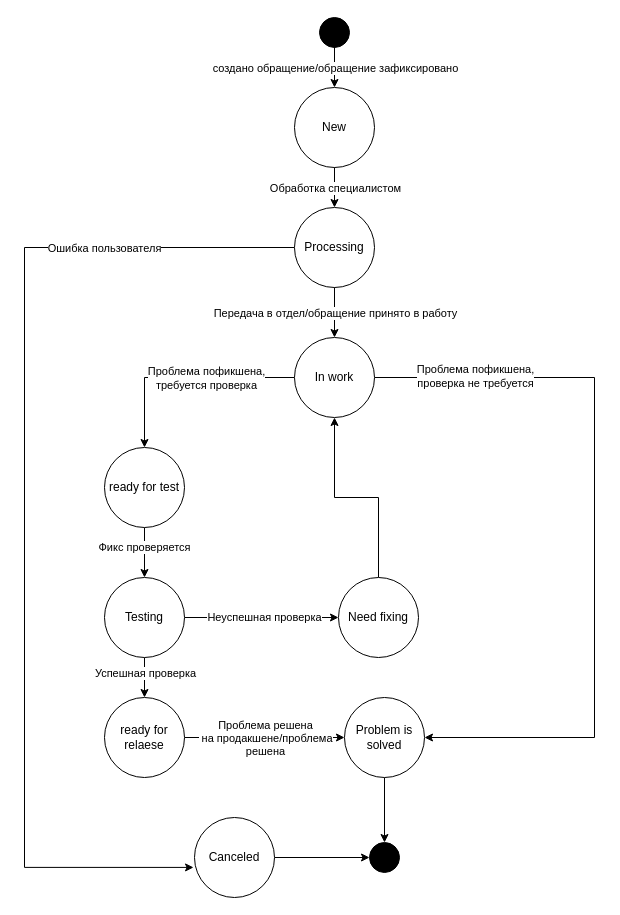
Above: Диаграмма без названия.drawio in MIRTY86/Test (draw.io), before the change. Source tidied: cells renumbered, new cells numbered last; positions are measured from the earlier drawing's top-left corner, leaving out a move shared by most shapes. Both pictures are drawn from the tidied source at 100%, with x=0, y=0 at pixel (24, 17).
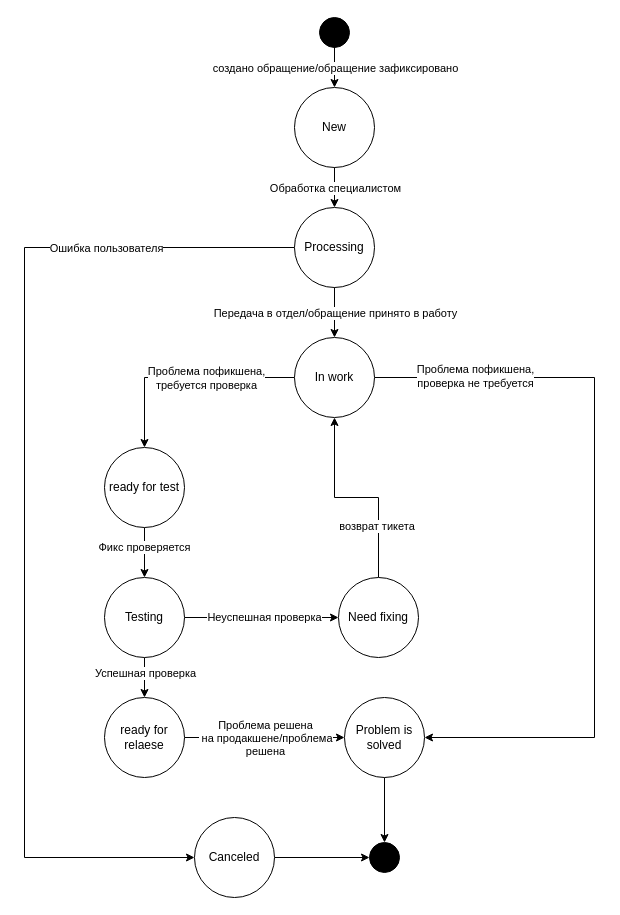
The same page after the edit.

Commit message:
Завершающая корректировка диаграмы

Unchanged cells that the change refers to:
```xml
<mxCell id="7" value="Processing" style="ellipse;whiteSpace=wrap;html=1;" parent="1" vertex="1">
  <mxGeometry x="270" y="190" width="80" height="80" as="geometry" />
</mxCell>
<mxCell id="28" style="edgeStyle=orthogonalEdgeStyle;rounded=0;jettySize=auto;html=1;exitX=0.5;exitY=0;exitDx=0;exitDy=0;entryX=0.5;entryY=1;entryDx=0;entryDy=0;" parent="1" edge="1" source="29" target="14">
  <mxGeometry relative="1" as="geometry" />
</mxCell>
<mxCell id="33" value="Canceled" style="ellipse;whiteSpace=wrap;html=1;" parent="1" vertex="1">
  <mxGeometry x="170" y="800" width="80" height="80" as="geometry" />
</mxCell>
```

What changed in the source:
```diff
@@
-    <mxCell id="5" style="edgeStyle=orthogonalEdgeStyle;rounded=0;jettySize=auto;html=1;exitX=0;exitY=0.5;exitDx=0;exitDy=0;entryX=-0.012;entryY=0.624;entryDx=0;entryDy=0;entryPerimeter=0;" parent="1" edge="1" source="7" target="33">
+    <mxCell id="5" style="edgeStyle=orthogonalEdgeStyle;rounded=0;jettySize=auto;html=1;exitX=0;exitY=0.5;exitDx=0;exitDy=0;entryX=0;entryY=0.5;entryDx=0;entryDy=0;" parent="1" edge="1" source="7" target="33">
       <mxGeometry relative="1" as="geometry">
         <Array as="points">
           <mxPoint y="230" />
-          <mxPoint y="850" />
+          <mxPoint y="840" />
         </Array>
       </mxGeometry>
     </mxCell>
@@
+    <mxCell id="36" value="возврат тикета&amp;nbsp;" style="edgeLabel;html=1;align=center;verticalAlign=middle;" parent="28" vertex="1">
+      <mxGeometry x="-0.49" y="1" relative="1" as="geometry" />
+    </mxCell>
```
